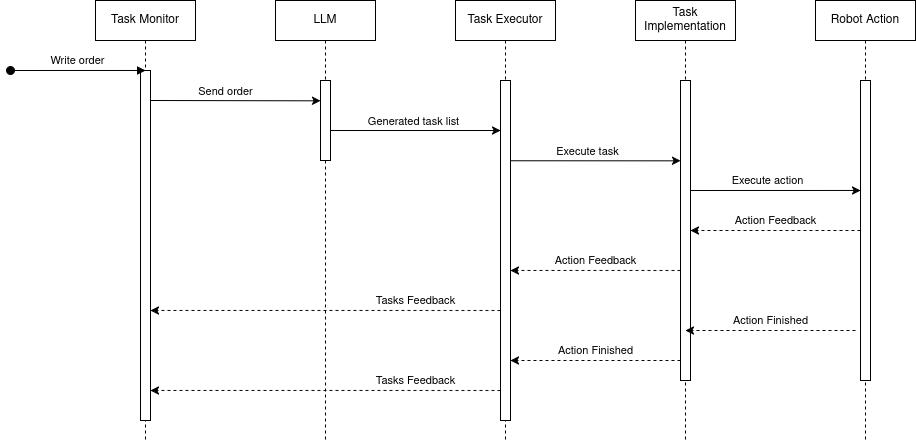
tb18003/llm-btree-tfg keeps this draw.io diagram as docs/memoria/images/diseno_seq_monitor.png. Above is the earlier version. Source tidied: cells renumbered, new cells last; positions are measured from the earlier drawing's top-left corner, leaving out a move shared by most shapes.
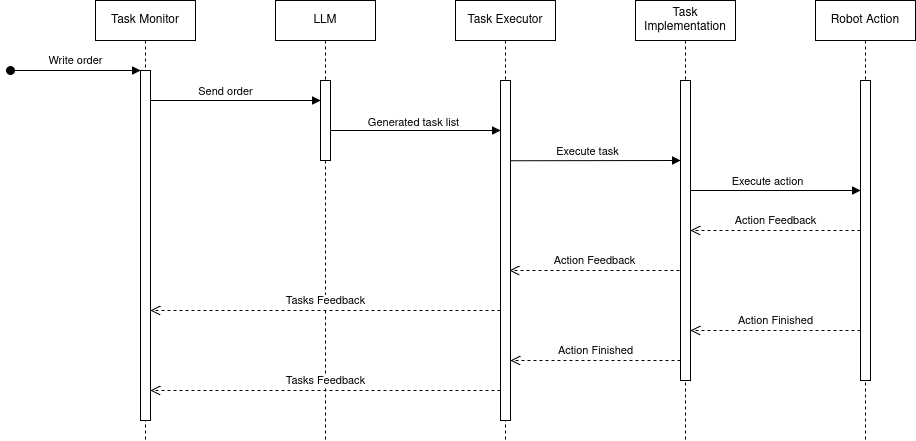
Later version of the same file.

Commit message:
feat: Added markdown remove to tasks

Diff of the diagram source:
```diff
@@ -37,7 +37,7 @@
     <mxCell id="12" style="html=1;points=[];perimeter=orthogonalPerimeter;outlineConnect=0;targetShapes=umlLifeline;portConstraint=eastwest;newEdgeStyle={&quot;edgeStyle&quot;:&quot;elbowEdgeStyle&quot;,&quot;elbow&quot;:&quot;vertical&quot;,&quot;curved&quot;:0,&quot;rounded&quot;:0};" parent="11" vertex="1">
       <mxGeometry x="45" y="80" width="10" height="80" as="geometry" />
     </mxCell>
-    <mxCell id="13" style="edgeStyle=elbowEdgeStyle;rounded=0;jettySize=auto;html=1;elbow=vertical;curved=0;" parent="1" edge="1" target="12">
+    <mxCell id="13" style="edgeStyle=elbowEdgeStyle;rounded=0;jettySize=auto;html=1;elbow=vertical;curved=0;endArrow=block;endFill=1;" parent="1" edge="1" target="12">
       <mxGeometry relative="1" as="geometry">
         <mxPoint x="140" y="100" as="sourcePoint" />
       </mxGeometry>
@@ -47,7 +47,7 @@
         <mxPoint y="-11" as="offset" />
       </mxGeometry>
     </mxCell>
-    <mxCell id="15" style="edgeStyle=elbowEdgeStyle;rounded=0;jettySize=auto;html=1;elbow=vertical;curved=0;" parent="1" edge="1" target="8">
+    <mxCell id="15" style="edgeStyle=elbowEdgeStyle;rounded=0;jettySize=auto;html=1;elbow=vertical;curved=0;endArrow=block;endFill=1;" parent="1" edge="1" target="8">
       <mxGeometry relative="1" as="geometry">
         <mxPoint x="500" y="160.3" as="sourcePoint" />
       </mxGeometry>
@@ -57,7 +57,7 @@
         <mxPoint y="-9" as="offset" />
       </mxGeometry>
     </mxCell>
-    <mxCell id="17" style="edgeStyle=elbowEdgeStyle;rounded=0;orthogonalLoop=1;jettySize=auto;html=1;elbow=vertical;curved=0;" parent="1" edge="1">
+    <mxCell id="17" style="edgeStyle=elbowEdgeStyle;rounded=0;orthogonalLoop=1;jettySize=auto;html=1;elbow=vertical;curved=0;endArrow=block;endFill=1;" parent="1" edge="1">
       <mxGeometry relative="1" as="geometry">
         <mxPoint x="680" y="190" as="sourcePoint" />
         <mxPoint x="850" y="190" as="targetPoint" />
@@ -68,7 +68,7 @@
         <mxPoint y="-9" as="offset" />
       </mxGeometry>
     </mxCell>
-    <mxCell id="19" style="endArrow=classic;html=1;rounded=0;" parent="1" edge="1">
+    <mxCell id="19" style="endArrow=block;html=1;rounded=0;endFill=1;" parent="1" edge="1">
       <mxGeometry relative="1" as="geometry">
         <mxPoint x="320" y="130" as="sourcePoint" />
         <mxPoint x="490" y="130" as="targetPoint" />
@@ -79,70 +79,53 @@
         <mxPoint y="-8" as="offset" />
       </mxGeometry>
     </mxCell>
-    <mxCell id="21" style="html=1;labelBackgroundColor=#ffffff;startArrow=none;startFill=0;startSize=6;endArrow=classic;endFill=1;endSize=6;jettySize=auto;strokeWidth=1;dashed=1;fontSize=14;rounded=0;" parent="1" edge="1" source="10">
-      <mxGeometry relative="1" as="geometry">
-        <mxPoint x="680" y="230" as="targetPoint" />
-      </mxGeometry>
-    </mxCell>
-    <mxCell id="22" value="Action Feedback" style="edgeLabel;html=1;align=center;verticalAlign=middle;" parent="21" vertex="1">
-      <mxGeometry y="1" relative="1" as="geometry">
-        <mxPoint y="-11" as="offset" />
-      </mxGeometry>
-    </mxCell>
-    <mxCell id="23" style="edgeStyle=elbowEdgeStyle;rounded=0;orthogonalLoop=1;jettySize=auto;html=1;elbow=vertical;curved=0;dashed=1;" parent="1" edge="1">
-      <mxGeometry relative="1" as="geometry">
-        <mxPoint x="670" y="270" as="sourcePoint" />
-        <mxPoint x="500" y="270" as="targetPoint" />
-      </mxGeometry>
-    </mxCell>
-    <mxCell id="24" value="Action Feedback" style="edgeLabel;html=1;align=center;verticalAlign=middle;" parent="23" vertex="1">
-      <mxGeometry x="-0.11" y="1" relative="1" as="geometry">
-        <mxPoint x="-10" y="-11" as="offset" />
-      </mxGeometry>
-    </mxCell>
-    <mxCell id="25" style="edgeStyle=elbowEdgeStyle;rounded=0;orthogonalLoop=1;jettySize=auto;html=1;elbow=vertical;curved=0;dashed=1;" parent="1" edge="1">
-      <mxGeometry relative="1" as="geometry">
-        <mxPoint x="490" y="310" as="sourcePoint" />
-        <mxPoint x="140" y="310" as="targetPoint" />
-      </mxGeometry>
-    </mxCell>
-    <mxCell id="26" value="Tasks Feedback" style="edgeLabel;html=1;align=center;verticalAlign=middle;" parent="25" vertex="1">
-      <mxGeometry x="-0.11" y="1" relative="1" as="geometry">
-        <mxPoint x="70" y="-11" as="offset" />
-      </mxGeometry>
-    </mxCell>
-    <mxCell id="27" style="html=1;labelBackgroundColor=#ffffff;startArrow=none;startFill=0;startSize=6;endArrow=classic;endFill=1;endSize=6;jettySize=auto;orthogonalLoop=1;strokeWidth=1;dashed=1;fontSize=14;rounded=0;" parent="1" edge="1">
-      <mxGeometry relative="1" as="geometry">
-        <mxPoint x="845" y="330" as="sourcePoint" />
-        <mxPoint x="675" y="330" as="targetPoint" />
-      </mxGeometry>
-    </mxCell>
-    <mxCell id="28" value="Action Finished" style="edgeLabel;html=1;align=center;verticalAlign=middle;" parent="27" vertex="1">
-      <mxGeometry y="1" relative="1" as="geometry">
-        <mxPoint y="-11" as="offset" />
-      </mxGeometry>
-    </mxCell>
-    <mxCell id="29" style="html=1;labelBackgroundColor=#ffffff;startArrow=none;startFill=0;startSize=6;endArrow=classic;endFill=1;endSize=6;jettySize=auto;orthogonalLoop=1;strokeWidth=1;dashed=1;fontSize=14;rounded=0;" parent="1" edge="1">
-      <mxGeometry relative="1" as="geometry">
-        <mxPoint x="670" y="360" as="sourcePoint" />
-        <mxPoint x="500" y="360" as="targetPoint" />
-      </mxGeometry>
-    </mxCell>
-    <mxCell id="30" value="Action Finished" style="edgeLabel;html=1;align=center;verticalAlign=middle;" parent="29" vertex="1">
-      <mxGeometry y="1" relative="1" as="geometry">
-        <mxPoint y="-11" as="offset" />
-      </mxGeometry>
-    </mxCell>
-    <mxCell id="31" style="edgeStyle=elbowEdgeStyle;rounded=0;orthogonalLoop=1;jettySize=auto;html=1;elbow=vertical;curved=0;dashed=1;" parent="1" edge="1">
-      <mxGeometry relative="1" as="geometry">
-        <mxPoint x="490" y="390" as="sourcePoint" />
-        <mxPoint x="140" y="390" as="targetPoint" />
-      </mxGeometry>
-    </mxCell>
-    <mxCell id="32" value="Tasks Feedback" style="edgeLabel;html=1;align=center;verticalAlign=middle;" parent="31" vertex="1">
-      <mxGeometry x="-0.11" y="1" relative="1" as="geometry">
-        <mxPoint x="70" y="-11" as="offset" />
-      </mxGeometry>
-    </mxCell>
+    <mxCell id="33" value="Action Feedback" style="html=1;verticalAlign=bottom;endArrow=open;dashed=1;endSize=8;edgeStyle=elbowEdgeStyle;elbow=vertical;curved=0;rounded=0;" parent="1" edge="1">
+      <mxGeometry relative="1" as="geometry">
+        <mxPoint x="850" y="230" as="sourcePoint" />
+        <mxPoint x="680" y="230" as="targetPoint" />
+        <Array as="points">
+          <mxPoint x="775" y="230" />
+        </Array>
+      </mxGeometry>
+    </mxCell>
+    <mxCell id="34" value="Action Feedback" style="html=1;verticalAlign=bottom;endArrow=open;dashed=1;endSize=8;edgeStyle=elbowEdgeStyle;elbow=vertical;curved=0;rounded=0;" parent="1" edge="1">
+      <mxGeometry relative="1" as="geometry">
+        <mxPoint x="669" y="270" as="sourcePoint" />
+        <mxPoint x="499" y="270" as="targetPoint" />
+        <Array as="points">
+          <mxPoint x="594" y="270" />
+        </Array>
+      </mxGeometry>
+    </mxCell>
+    <mxCell id="35" value="Tasks Feedback" style="html=1;verticalAlign=bottom;endArrow=open;dashed=1;endSize=8;edgeStyle=elbowEdgeStyle;elbow=vertical;curved=0;rounded=0;" parent="1" edge="1" source="6" target="3">
+      <mxGeometry relative="1" as="geometry">
+        <Array as="points">
+          <mxPoint x="370" y="310" />
+        </Array>
+      </mxGeometry>
+    </mxCell>
+    <mxCell id="36" value="Tasks Feedback" style="html=1;verticalAlign=bottom;endArrow=open;dashed=1;endSize=8;edgeStyle=elbowEdgeStyle;elbow=vertical;curved=0;rounded=0;" parent="1" edge="1" source="6" target="3">
+      <mxGeometry relative="1" as="geometry">
+        <Array as="points">
+          <mxPoint x="380" y="390" />
+        </Array>
+      </mxGeometry>
+    </mxCell>
+    <mxCell id="37" value="Action Finished" style="html=1;verticalAlign=bottom;endArrow=open;dashed=1;endSize=8;edgeStyle=elbowEdgeStyle;elbow=vertical;curved=0;rounded=0;" parent="1" edge="1" source="10" target="8">
+      <mxGeometry relative="1" as="geometry">
+        <Array as="points">
+          <mxPoint x="800" y="330" />
+        </Array>
+      </mxGeometry>
+    </mxCell>
+    <mxCell id="38" value="Action Finished" style="html=1;verticalAlign=bottom;endArrow=open;dashed=1;endSize=8;edgeStyle=elbowEdgeStyle;elbow=vertical;curved=0;rounded=0;" parent="1" edge="1">
+      <mxGeometry relative="1" as="geometry">
+        <mxPoint x="670" y="360" as="sourcePoint" />
+        <mxPoint x="500" y="360" as="targetPoint" />
+        <Array as="points">
+          <mxPoint x="595" y="360" />
+        </Array>
+      </mxGeometry>
+    </mxCell>
   </root>
 </mxGraphModel>
```
